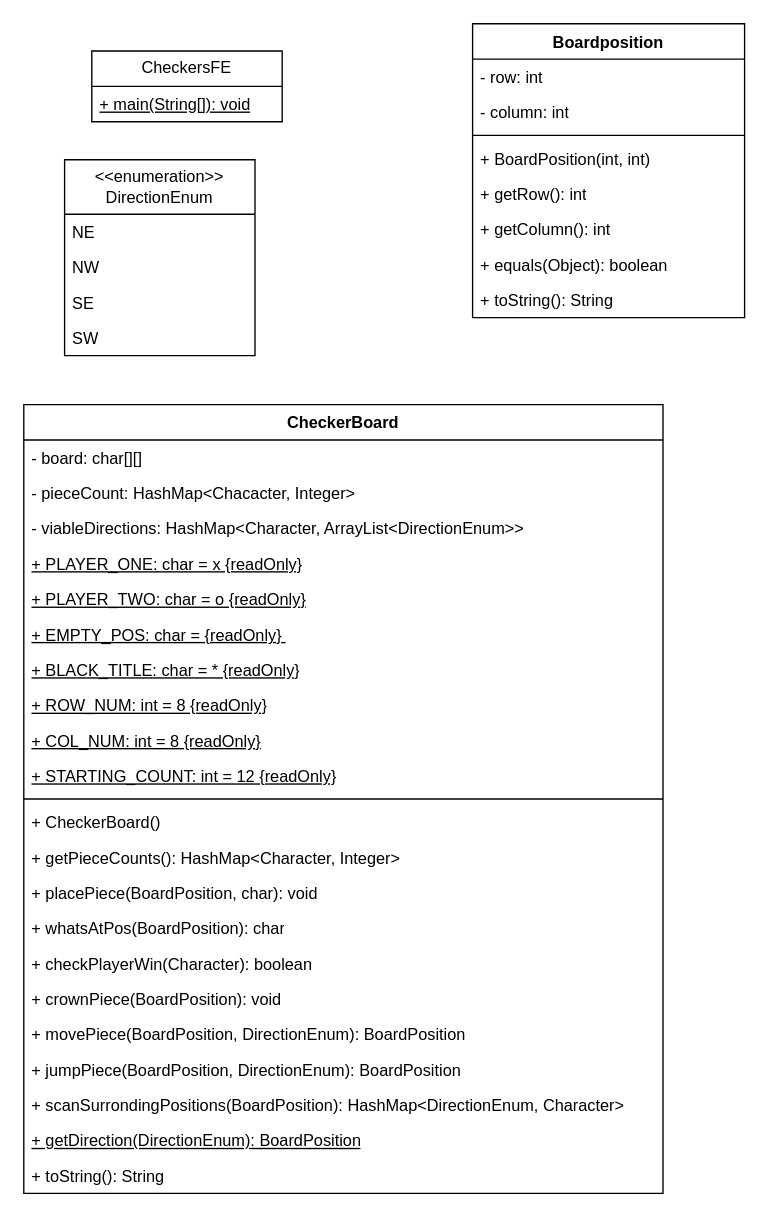
Above: CheckersUML.drawio in ksurisetty11/checkers-project (draw.io), before the change. Source tidied: cells renumbered, new cells numbered last; positions are measured from the earlier drawing's top-left corner, leaving out a move shared by most shapes. Both pictures are drawn from the tidied source at 136%, with x=0, y=0 at pixel (23, 23).
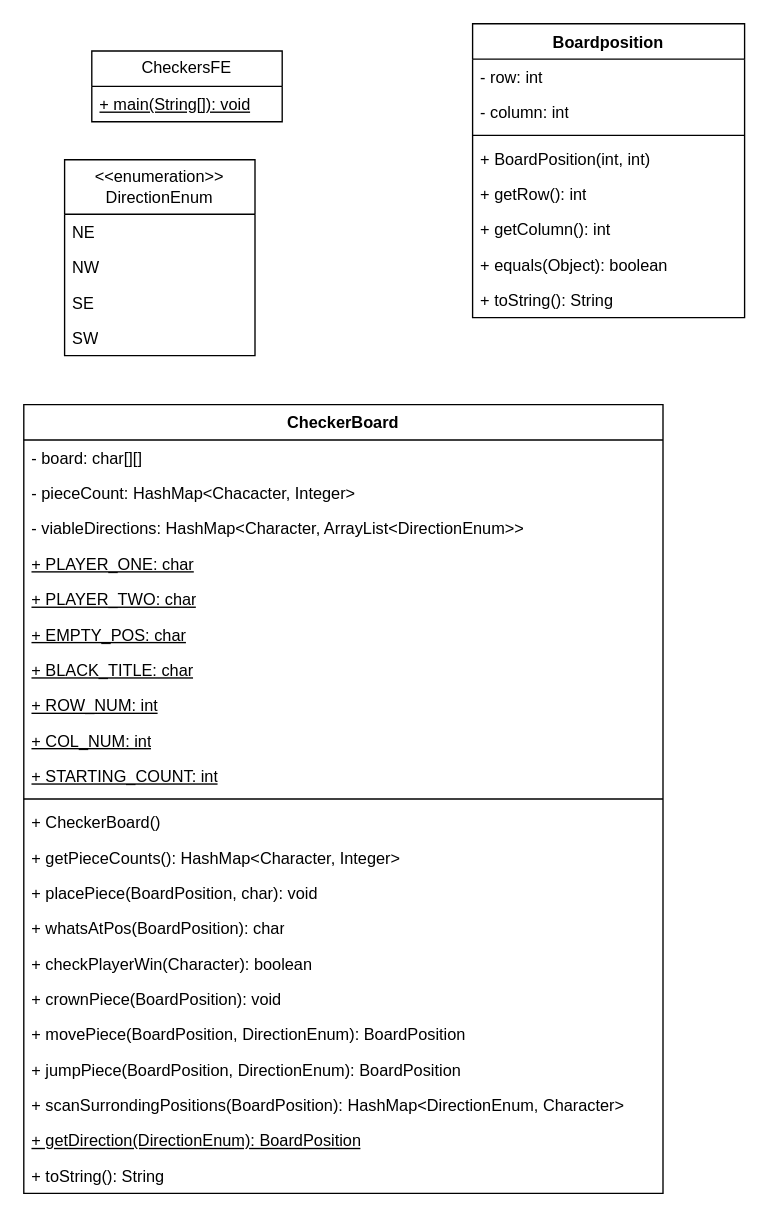
Above is the later version.

Commit message:
Fixed final variables in CheckerBoard

The change refers to these unchanged cells:
```xml
<mxCell id="11" value="CheckerBoard" style="swimlane;fontStyle=1;align=center;verticalAlign=top;horizontal=1;startSize=26;whiteSpace=wrap;html=1;" parent="1" vertex="1">
  <mxGeometry y="280" width="470" height="580" as="geometry" />
</mxCell>
```

Diff of the diagram source:
```diff
@@
-    <mxCell id="15" value="&lt;u&gt;+ PLAYER_ONE: char = x {readOnly}&lt;/u&gt;" style="text;strokeColor=none;fillColor=none;align=left;verticalAlign=top;spacingLeft=4;spacingRight=4;overflow=hidden;whiteSpace=wrap;html=1;" parent="11" vertex="1">
+    <mxCell id="15" value="&lt;u&gt;+ PLAYER_ONE: char&lt;/u&gt;" style="text;strokeColor=none;fillColor=none;align=left;verticalAlign=top;spacingLeft=4;spacingRight=4;overflow=hidden;whiteSpace=wrap;html=1;" parent="11" vertex="1">
       <mxGeometry y="104" width="470" height="26" as="geometry" />
     </mxCell>
-    <mxCell id="16" value="+ PLAYER_TWO: char = o {readOnly}" style="text;strokeColor=none;fillColor=none;align=left;verticalAlign=top;spacingLeft=4;spacingRight=4;overflow=hidden;whiteSpace=wrap;html=1;fontStyle=4;" parent="11" vertex="1">
+    <mxCell id="16" value="+ PLAYER_TWO: char" style="text;strokeColor=none;fillColor=none;align=left;verticalAlign=top;spacingLeft=4;spacingRight=4;overflow=hidden;whiteSpace=wrap;html=1;fontStyle=4;" parent="11" vertex="1">
       <mxGeometry y="130" width="470" height="26" as="geometry" />
     </mxCell>
-    <mxCell id="17" value="+ EMPTY_POS: char = {readOnly}&lt;span style=&quot;background-color: initial;&quot;&gt;&amp;nbsp;&lt;/span&gt;" style="text;strokeColor=none;fillColor=none;align=left;verticalAlign=top;spacingLeft=4;spacingRight=4;overflow=hidden;whiteSpace=wrap;html=1;fontStyle=4;" parent="11" vertex="1">
+    <mxCell id="17" value="+ EMPTY_POS: char" style="text;strokeColor=none;fillColor=none;align=left;verticalAlign=top;spacingLeft=4;spacingRight=4;overflow=hidden;whiteSpace=wrap;html=1;fontStyle=4;" parent="11" vertex="1">
       <mxGeometry y="156" width="470" height="26" as="geometry" />
     </mxCell>
-    <mxCell id="18" value="+ BLACK_TITLE: char = * {readOnly}" style="text;strokeColor=none;fillColor=none;align=left;verticalAlign=top;spacingLeft=4;spacingRight=4;overflow=hidden;whiteSpace=wrap;html=1;fontStyle=4;" parent="11" vertex="1">
+    <mxCell id="18" value="+ BLACK_TITLE: char" style="text;strokeColor=none;fillColor=none;align=left;verticalAlign=top;spacingLeft=4;spacingRight=4;overflow=hidden;whiteSpace=wrap;html=1;fontStyle=4;" parent="11" vertex="1">
       <mxGeometry y="182" width="470" height="26" as="geometry" />
     </mxCell>
-    <mxCell id="19" value="+ ROW_NUM: int = 8 {readOnly}" style="text;strokeColor=none;fillColor=none;align=left;verticalAlign=top;spacingLeft=4;spacingRight=4;overflow=hidden;whiteSpace=wrap;html=1;fontStyle=4;" parent="11" vertex="1">
+    <mxCell id="19" value="+ ROW_NUM: int" style="text;strokeColor=none;fillColor=none;align=left;verticalAlign=top;spacingLeft=4;spacingRight=4;overflow=hidden;whiteSpace=wrap;html=1;fontStyle=4;" parent="11" vertex="1">
       <mxGeometry y="208" width="470" height="26" as="geometry" />
     </mxCell>
-    <mxCell id="20" value="+ COL_NUM: int = 8 {readOnly}" style="text;strokeColor=none;fillColor=none;align=left;verticalAlign=top;spacingLeft=4;spacingRight=4;overflow=hidden;whiteSpace=wrap;html=1;fontStyle=4;" parent="11" vertex="1">
+    <mxCell id="20" value="+ COL_NUM: int" style="text;strokeColor=none;fillColor=none;align=left;verticalAlign=top;spacingLeft=4;spacingRight=4;overflow=hidden;whiteSpace=wrap;html=1;fontStyle=4;" parent="11" vertex="1">
       <mxGeometry y="234" width="470" height="26" as="geometry" />
     </mxCell>
-    <mxCell id="21" value="+ STARTING_COUNT: int = 12 {readOnly}" style="text;strokeColor=none;fillColor=none;align=left;verticalAlign=top;spacingLeft=4;spacingRight=4;overflow=hidden;whiteSpace=wrap;html=1;fontStyle=4;" parent="11" vertex="1">
+    <mxCell id="21" value="+ STARTING_COUNT: int" style="text;strokeColor=none;fillColor=none;align=left;verticalAlign=top;spacingLeft=4;spacingRight=4;overflow=hidden;whiteSpace=wrap;html=1;fontStyle=4;" parent="11" vertex="1">
       <mxGeometry y="260" width="470" height="26" as="geometry" />
     </mxCell>
```
